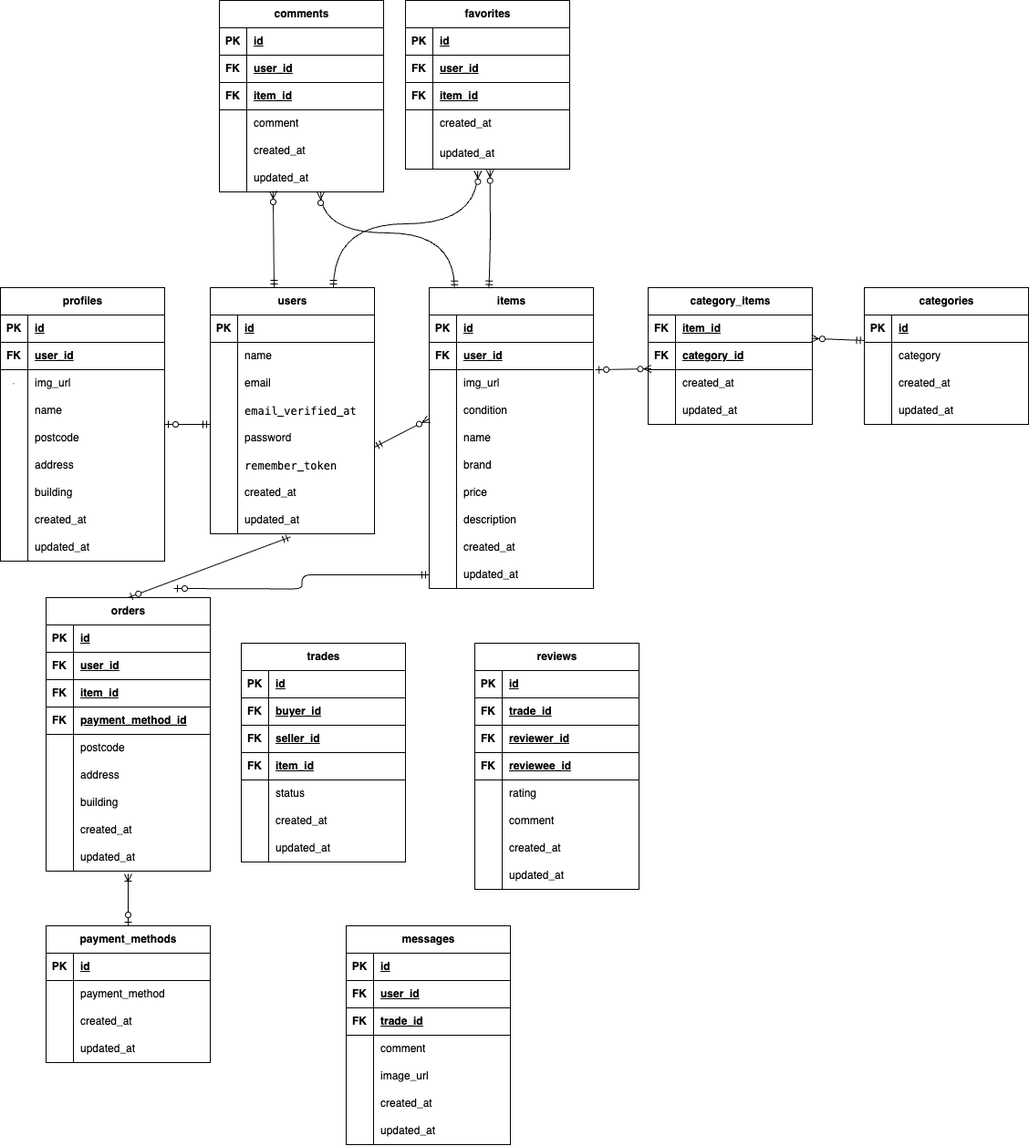
The draw.io diagram market.drawio.png in irokiyo/market-form, before a commit. Source tidied: cells renumbered, new cells last; positions are measured from the earlier drawing's top-left corner, leaving out a move shared by most shapes.
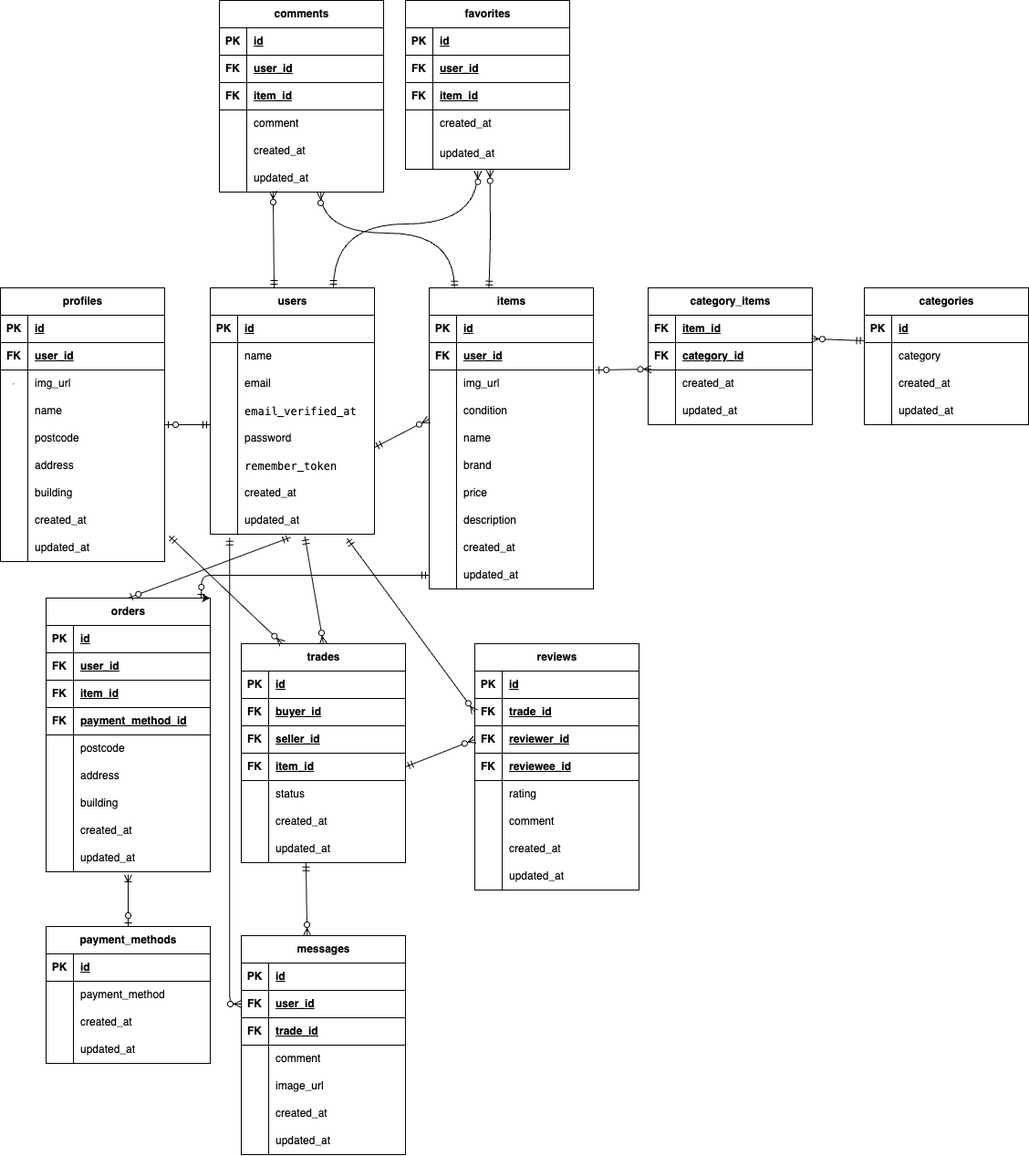
After the commit.

What changed in the source:
```diff
@@ -612,7 +612,7 @@
     </mxCell>
     <mxCell id="197" style="fontSize=12;html=1;endArrow=ERzeroToOne;startArrow=ERmandOne;exitX=0;exitY=0.5;exitDx=0;exitDy=0;edgeStyle=orthogonalEdgeStyle;" parent="1" edge="1" source="83">
       <mxGeometry relative="1" as="geometry">
-        <mxPoint x="190" y="645" as="targetPoint" />
+        <mxPoint x="220" y="655" as="targetPoint" />
       </mxGeometry>
     </mxCell>
     <mxCell id="198" style="fontSize=12;html=1;endArrow=ERoneToMany;startArrow=ERzeroToOne;entryX=0.5;entryY=1.104;entryDx=0;entryDy=0;exitX=0.5;exitY=0;exitDx=0;exitDy=0;entryPerimeter=0;" parent="1" edge="1" source="112" target="185">
@@ -760,7 +760,7 @@
       <mxGeometry x="30" width="150" height="30" as="geometry" />
     </mxCell>
     <mxCell id="246" value="messages" style="shape=table;startSize=30;rowLines=0;fontStyle=1;align=center;html=1;" parent="1" vertex="1">
-      <mxGeometry x="379" y="1015" width="180" height="240" as="geometry" />
+      <mxGeometry x="264" y="1025" width="180" height="240" as="geometry" />
     </mxCell>
     <mxCell id="247" style="shape=tableRow;horizontal=0;startSize=0;swimlaneHead=0;swimlaneBody=0;fillColor=none;top=0;left=0;right=0;bottom=1;" parent="246" vertex="1">
       <mxGeometry y="30" width="180" height="30" as="geometry" />
@@ -825,5 +825,30 @@
     <mxCell id="267" value="&lt;span style=&quot;color: rgb(0, 0, 0);&quot;&gt;updated_at&lt;/span&gt;" style="shape=partialRectangle;fillColor=none;top=0;left=0;bottom=0;right=0;align=left;spacingLeft=6;overflow=hidden;whiteSpace=wrap;html=1;" parent="265" vertex="1">
       <mxGeometry x="30" width="150" height="30" as="geometry" />
     </mxCell>
+    <mxCell id="268" style="fontSize=12;html=1;endArrow=ERzeroToMany;startArrow=ERmandOne;entryX=0;entryY=0.5;entryDx=0;entryDy=0;exitX=1;exitY=0.5;exitDx=0;exitDy=0;" parent="1" edge="1" source="209" target="228">
+      <mxGeometry relative="1" as="geometry" />
+    </mxCell>
+    <mxCell id="269" style="fontSize=12;html=1;endArrow=ERzeroToMany;startArrow=ERmandOne;entryX=0.5;entryY=0;entryDx=0;entryDy=0;exitX=0.576;exitY=1.087;exitDx=0;exitDy=0;exitPerimeter=0;" parent="1" edge="1" source="52" target="199">
+      <mxGeometry relative="1" as="geometry" />
+    </mxCell>
+    <mxCell id="270" style="edgeStyle=none;html=1;exitX=0.75;exitY=0;exitDx=0;exitDy=0;entryX=1;entryY=0;entryDx=0;entryDy=0;" parent="1" edge="1" source="160" target="160">
+      <mxGeometry relative="1" as="geometry" />
+    </mxCell>
+    <mxCell id="271" style="fontSize=12;html=1;endArrow=ERzeroToMany;startArrow=ERmandOne;entryX=0.25;entryY=0;entryDx=0;entryDy=0;exitX=1.028;exitY=0.067;exitDx=0;exitDy=0;exitPerimeter=0;" parent="1" edge="1" source="27" target="199">
+      <mxGeometry relative="1" as="geometry" />
+    </mxCell>
+    <mxCell id="272" style="fontSize=12;html=1;endArrow=ERzeroToMany;startArrow=ERmandOne;entryX=0;entryY=0.5;entryDx=0;entryDy=0;exitX=0.833;exitY=1.15;exitDx=0;exitDy=0;exitPerimeter=0;" parent="1" edge="1" source="52" target="225">
+      <mxGeometry relative="1" as="geometry" />
+    </mxCell>
+    <mxCell id="273" style="fontSize=12;html=1;endArrow=ERzeroToMany;startArrow=ERmandOne;entryX=0;entryY=0.5;entryDx=0;entryDy=0;edgeStyle=orthogonalEdgeStyle;exitX=0.118;exitY=1.129;exitDx=0;exitDy=0;exitPerimeter=0;" parent="1" edge="1" source="52" target="250">
+      <mxGeometry relative="1" as="geometry">
+        <Array as="points">
+          <mxPoint x="251" y="1100" />
+        </Array>
+      </mxGeometry>
+    </mxCell>
+    <mxCell id="274" style="fontSize=12;html=1;endArrow=ERzeroToMany;startArrow=ERmandOne;entryX=0.401;entryY=0;entryDx=0;entryDy=0;exitX=0.394;exitY=1.025;exitDx=0;exitDy=0;exitPerimeter=0;entryPerimeter=0;" parent="1" edge="1" source="218" target="246">
+      <mxGeometry relative="1" as="geometry" />
+    </mxCell>
   </root>
 </mxGraphModel>
```
